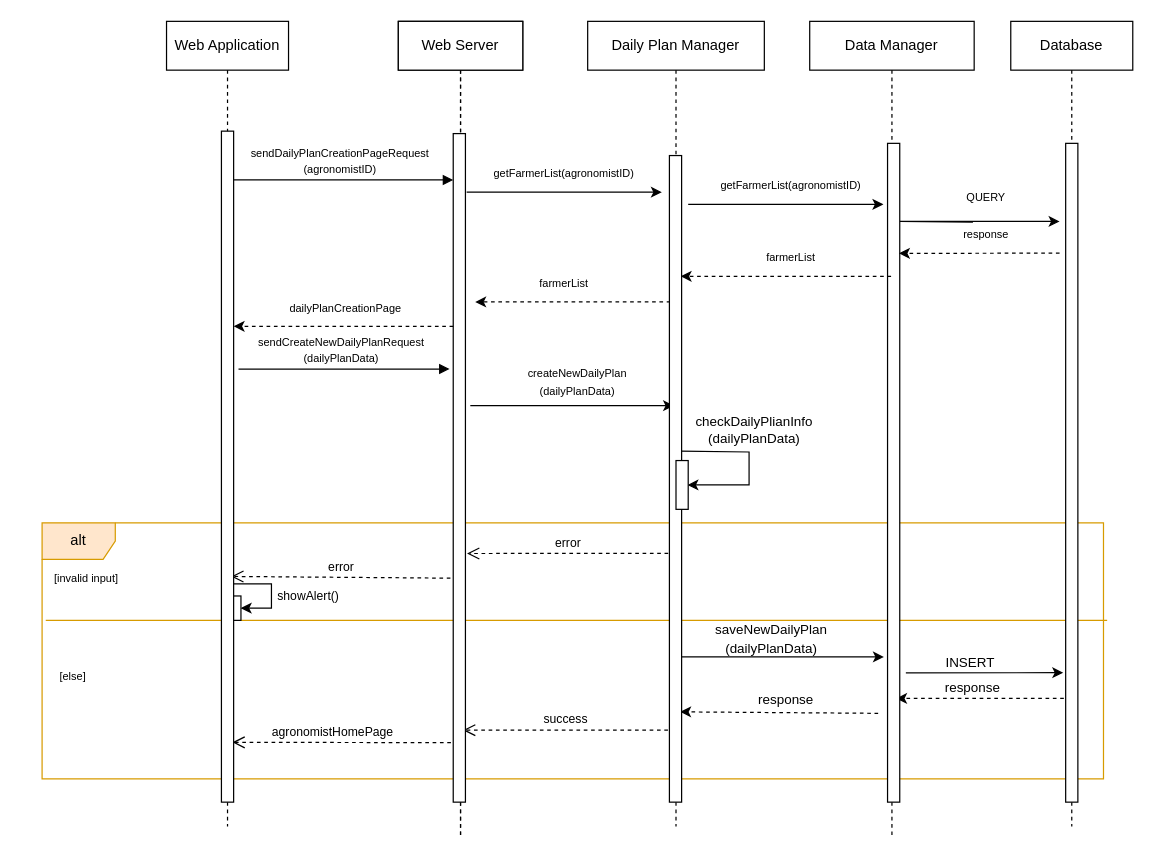
ictar/DREAM-SE2-Project-2022 keeps this draw.io diagram as page "A-CreateDP-UC3" (3 of 18) of DD/UML/Runtime.drawio. Above is the earlier version. Source tidied: cells renumbered, new cells numbered last; positions are measured from the earlier drawing's top-left corner, leaving out a move shared by most shapes. Both pictures are drawn from the tidied source at 122%, with x=0, y=0 at pixel (21, 21).
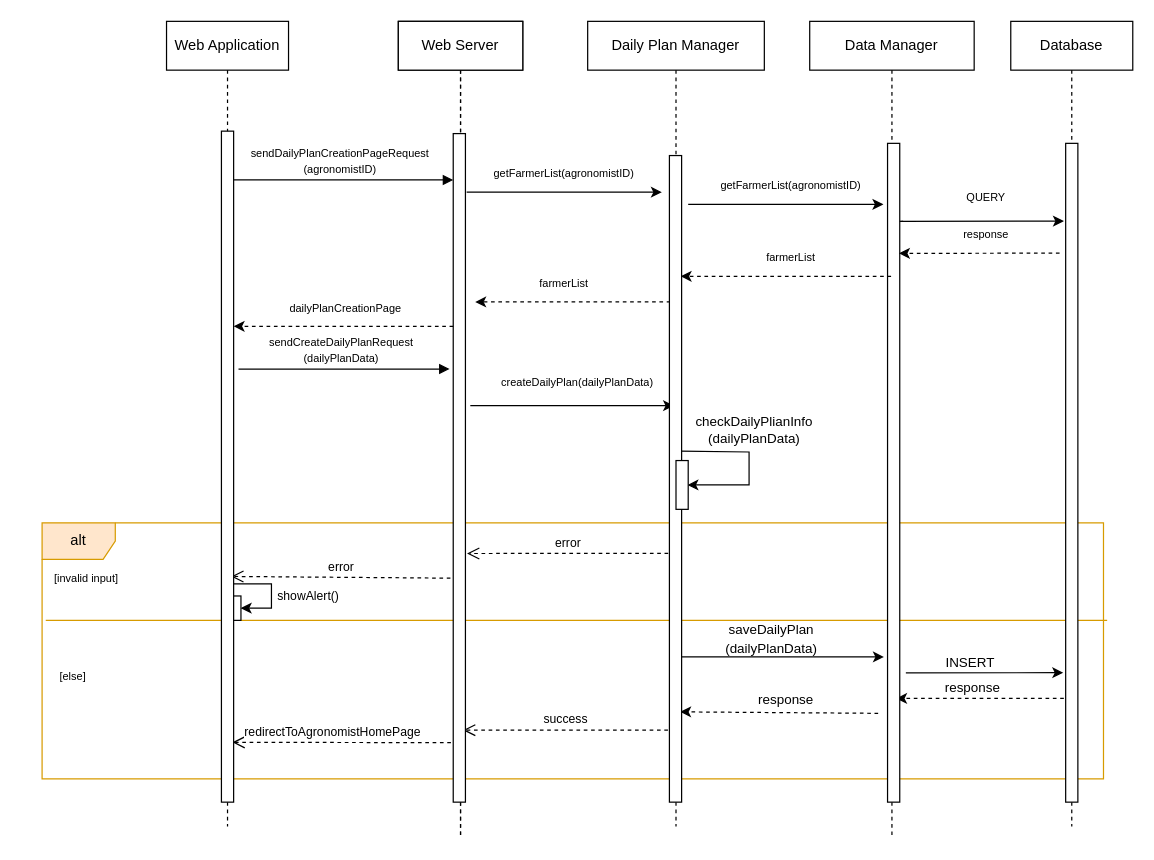
Above is the later version.

Unchanged cells that the change refers to:
```xml
<mxCell id="2" value="Data Manager" style="shape=umlLifeline;perimeter=lifelinePerimeter;whiteSpace=wrap;html=1;" parent="1" vertex="1">
  <mxGeometry x="646.2" width="134.8" height="670" as="geometry" />
</mxCell>
<mxCell id="35" value="Database" style="shape=umlLifeline;perimeter=lifelinePerimeter;whiteSpace=wrap;html=1;" parent="1" vertex="1">
  <mxGeometry x="811" width="100" height="660" as="geometry" />
</mxCell>
<mxCell id="37" style="rounded=0;whiteSpace=wrap;html=1;" parent="1" vertex="1">
  <mxGeometry x="856" y="100" width="10" height="540" as="geometry" />
</mxCell>
<mxCell id="38" style="rounded=0;whiteSpace=wrap;html=1;" parent="1" vertex="1">
  <mxGeometry x="710" y="100" width="10" height="540" as="geometry" />
</mxCell>
```

The edit, as a diff of the source:
```diff
@@
-    <mxCell id="12" value="&lt;font face=&quot;helvetica&quot; size=&quot;1&quot;&gt;agronomistHomePage&lt;/font&gt;" style="html=1;verticalAlign=bottom;endArrow=open;dashed=1;endSize=8;exitX=-0.09;exitY=0.822;rounded=0;exitDx=0;exitDy=0;exitPerimeter=0;" parent="2" edge="1">
+    <mxCell id="12" value="&lt;span style=&quot;font-family: &amp;#34;helvetica&amp;#34; ; font-size: x-small&quot;&gt;redirectToA&lt;/span&gt;&lt;font face=&quot;helvetica&quot; size=&quot;1&quot;&gt;gronomistHomePage&lt;/font&gt;" style="html=1;verticalAlign=bottom;endArrow=open;dashed=1;endSize=8;exitX=-0.09;exitY=0.822;rounded=0;exitDx=0;exitDy=0;exitPerimeter=0;" parent="2" edge="1">
       <mxGeometry x="0.07" relative="1" as="geometry">
         <mxPoint x="-294.1" y="591.2" as="sourcePoint" />
         <mxPoint x="-473.2" y="591" as="targetPoint" />
         <mxPoint x="-1" as="offset" />
       </mxGeometry>
     </mxCell>
@@
-    <mxCell id="14" value="&lt;font style=&quot;font-size: 11px&quot;&gt;saveNewDailyPlan&lt;br&gt;(d&lt;/font&gt;&lt;span style=&quot;font-size: 11px&quot;&gt;ailyPlanData)&lt;/span&gt;" style="text;html=1;strokeColor=none;fillColor=none;align=center;verticalAlign=middle;whiteSpace=wrap;rounded=0;" parent="2" vertex="1">
+    <mxCell id="14" value="&lt;font style=&quot;font-size: 11px&quot;&gt;saveDailyPlan&lt;br&gt;(d&lt;/font&gt;&lt;span style=&quot;font-size: 11px&quot;&gt;ailyPlanData)&lt;/span&gt;" style="text;html=1;strokeColor=none;fillColor=none;align=center;verticalAlign=middle;whiteSpace=wrap;rounded=0;" parent="2" vertex="1">
       <mxGeometry x="-61" y="491" width="60" height="30" as="geometry" />
     </mxCell>
@@
-    <mxCell id="20" value="&lt;div&gt;&lt;span style=&quot;font-size: 9px&quot;&gt;sendCreateNewDailyPlanRequest&lt;/span&gt;&lt;/div&gt;&lt;div&gt;&lt;span style=&quot;font-size: 9px&quot;&gt;(dailyPlanData&lt;/span&gt;&lt;span style=&quot;font-size: 9px&quot;&gt;)&lt;/span&gt;&lt;/div&gt;" style="html=1;verticalAlign=bottom;endArrow=block;rounded=0;align=center;" parent="2" edge="1">
+    <mxCell id="20" value="&lt;div&gt;&lt;span style=&quot;font-size: 9px&quot;&gt;sendCreateDailyPlanRequest&lt;/span&gt;&lt;/div&gt;&lt;div&gt;&lt;span style=&quot;font-size: 9px&quot;&gt;(dailyPlanData&lt;/span&gt;&lt;span style=&quot;font-size: 9px&quot;&gt;)&lt;/span&gt;&lt;/div&gt;" style="html=1;verticalAlign=bottom;endArrow=block;rounded=0;align=center;" parent="2" edge="1">
       <mxGeometry x="-0.03" relative="1" as="geometry">
         <mxPoint x="-468.2" y="285" as="sourcePoint" />
         <mxPoint x="-295.2" y="285" as="targetPoint" />
         <Array as="points">
           <mxPoint x="-371.2" y="285" />
         </Array>
       </mxGeometry>
     </mxCell>
@@
-    <mxCell id="22" value="&lt;span style=&quot;font-size: 9px ; background-color: rgb(255 , 255 , 255)&quot;&gt;createNewDailyPlan&lt;br&gt;&lt;/span&gt;&lt;span style=&quot;background-color: rgb(255 , 255 , 255) ; font-size: 9px&quot;&gt;(d&lt;/span&gt;&lt;span style=&quot;font-size: 9px ; background-color: rgb(255 , 255 , 255)&quot;&gt;ailyPlanData&lt;/span&gt;&lt;span style=&quot;background-color: rgb(255 , 255 , 255) ; font-size: 9px&quot;&gt;)&lt;/span&gt;" style="text;html=1;strokeColor=none;fillColor=none;align=center;verticalAlign=middle;whiteSpace=wrap;rounded=0;" parent="2" vertex="1">
+    <mxCell id="22" value="&lt;span style=&quot;font-size: 9px ; background-color: rgb(255 , 255 , 255)&quot;&gt;createDailyPlan&lt;/span&gt;&lt;span style=&quot;background-color: rgb(255 , 255 , 255) ; font-size: 9px&quot;&gt;(d&lt;/span&gt;&lt;span style=&quot;font-size: 9px ; background-color: rgb(255 , 255 , 255)&quot;&gt;ailyPlanData&lt;/span&gt;&lt;span style=&quot;background-color: rgb(255 , 255 , 255) ; font-size: 9px&quot;&gt;)&lt;/span&gt;" style="text;html=1;strokeColor=none;fillColor=none;align=center;verticalAlign=middle;whiteSpace=wrap;rounded=0;" parent="2" vertex="1">
       <mxGeometry x="-220" y="280" width="60" height="30" as="geometry" />
     </mxCell>
@@
-    <mxCell id="36" style="endArrow=classic;html=1;rounded=0;fontFamily=Helvetica;fontSize=9;strokeColor=#000000;" parent="35" edge="1">
-      <mxGeometry relative="1" as="geometry">
-        <mxPoint x="-31" y="164.5" as="sourcePoint" />
-        <mxPoint x="40" y="164" as="targetPoint" />
-        <Array as="points">
-          <mxPoint x="-91" y="164" />
-        </Array>
-      </mxGeometry>
-    </mxCell>
@@
+    <mxCell id="36" style="endArrow=classic;html=1;rounded=0;fontFamily=Helvetica;fontSize=9;strokeColor=#000000;exitX=1.276;exitY=0.118;exitDx=0;exitDy=0;exitPerimeter=0;entryX=-0.143;entryY=0.118;entryDx=0;entryDy=0;entryPerimeter=0;" parent="1" edge="1" source="38" target="37">
+      <mxGeometry relative="1" as="geometry">
+        <Array as="points">
+          <mxPoint x="720" y="164" />
+        </Array>
+      </mxGeometry>
+    </mxCell>
```
